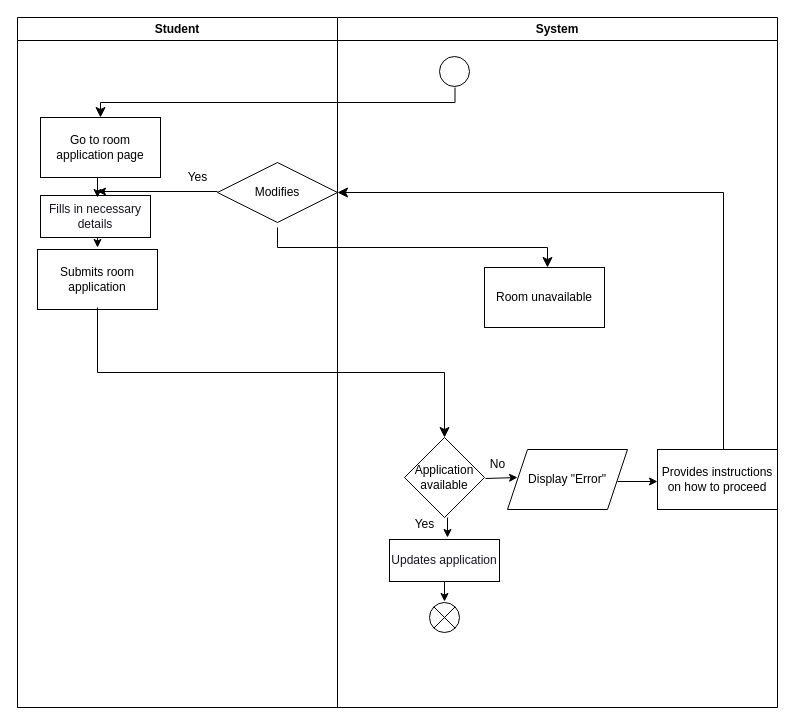
Earlier version of the draw.io diagram project/drawio/stakeholder/activity diagram/uc16.drawio (drshahizan/software-engineering). Source tidied: cells renumbered, new cells numbered last; positions are measured from the earlier drawing's top-left corner, leaving out a move shared by most shapes. Both pictures are drawn from the tidied source at 100%, with x=0, y=0 at pixel (17, 17).
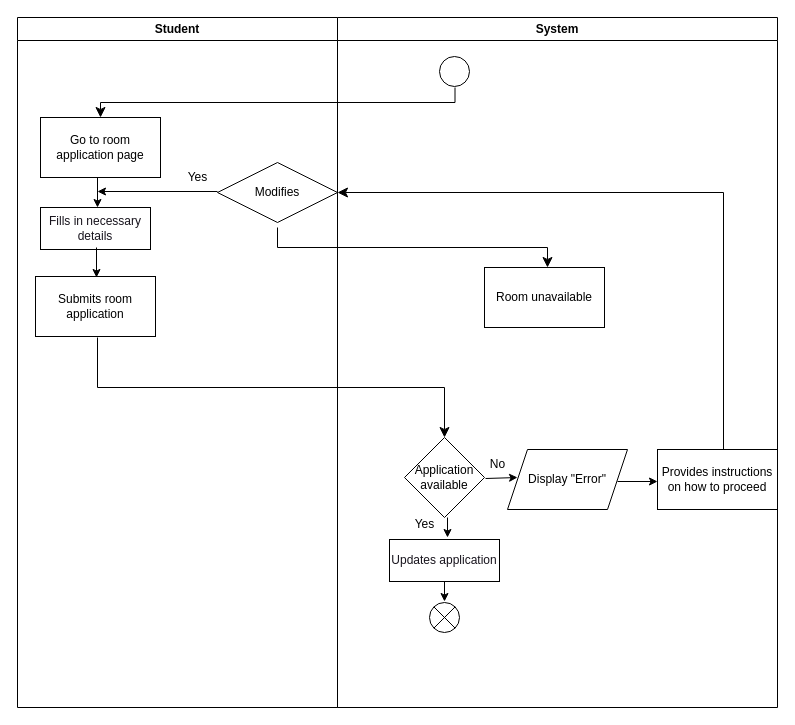
The same page after the edit.

The change refers to these unchanged cells:
```xml
<mxCell id="7" value="Application available" style="rhombus;whiteSpace=wrap;html=1;" parent="1" vertex="1">
  <mxGeometry x="387" y="420" width="80" height="80" as="geometry" />
</mxCell>
<mxCell id="26" value="Student" style="swimlane;whiteSpace=wrap;html=1;" parent="1" vertex="1">
  <mxGeometry width="320" height="690" as="geometry" />
</mxCell>
```

The edit, as a diff of the source:
```diff
@@
-    <mxCell id="4" style="endArrow=classic;html=1;" parent="1" edge="1">
-      <mxGeometry relative="1" as="geometry">
-        <mxPoint x="80" y="210" as="sourcePoint" />
-        <mxPoint x="80" y="230" as="targetPoint" />
-      </mxGeometry>
-    </mxCell>
-    <mxCell id="5" value="Submits room application" style="rounded=0;whiteSpace=wrap;html=1;" parent="1" vertex="1">
-      <mxGeometry x="20" y="232" width="120" height="60" as="geometry" />
-    </mxCell>
     <mxCell id="6" style="edgeStyle=elbowEdgeStyle;elbow=vertical;endArrow=classic;html=1;curved=0;rounded=0;endSize=8;startSize=8;entryX=0.5;entryY=0;entryDx=0;entryDy=0;" parent="1" edge="1" target="7">
       <mxGeometry relative="1" as="geometry">
-        <mxPoint x="80" y="290" as="sourcePoint" />
+        <mxPoint x="80" y="320" as="sourcePoint" />
       </mxGeometry>
     </mxCell>
@@
     <mxCell id="17" value="&lt;font color=&quot;#18141d&quot;&gt;Fills in necessary details&lt;/font&gt;" style="rounded=0;whiteSpace=wrap;html=1;fontFamily=Helvetica;fontSize=12;fontColor=rgb(240, 240, 240);align=center;strokeColor=#000000;fillColor=#FFFFFF;" parent="1" vertex="1">
-      <mxGeometry x="23" y="178" width="110" height="42" as="geometry" />
+      <mxGeometry x="23" y="190" width="110" height="42" as="geometry" />
     </mxCell>
     <mxCell id="18" style="endArrow=classic;html=1;" parent="1" edge="1">
       <mxGeometry relative="1" as="geometry">
         <mxPoint x="80" y="160" as="sourcePoint" />
-        <mxPoint x="80" y="180" as="targetPoint" />
+        <mxPoint x="80" y="190" as="targetPoint" />
       </mxGeometry>
     </mxCell>
@@
+    <mxCell id="5" value="Submits room application" style="rounded=0;whiteSpace=wrap;html=1;" parent="26" vertex="1">
+      <mxGeometry x="18" y="259" width="120" height="60" as="geometry" />
+    </mxCell>
+    <mxCell id="29" style="endArrow=classic;html=1;exitX=0.517;exitY=0.183;exitDx=0;exitDy=0;exitPerimeter=0;" parent="26" edge="1">
+      <mxGeometry relative="1" as="geometry">
+        <mxPoint x="79" y="230" as="sourcePoint" />
+        <mxPoint x="79" y="260" as="targetPoint" />
+      </mxGeometry>
+    </mxCell>
```
